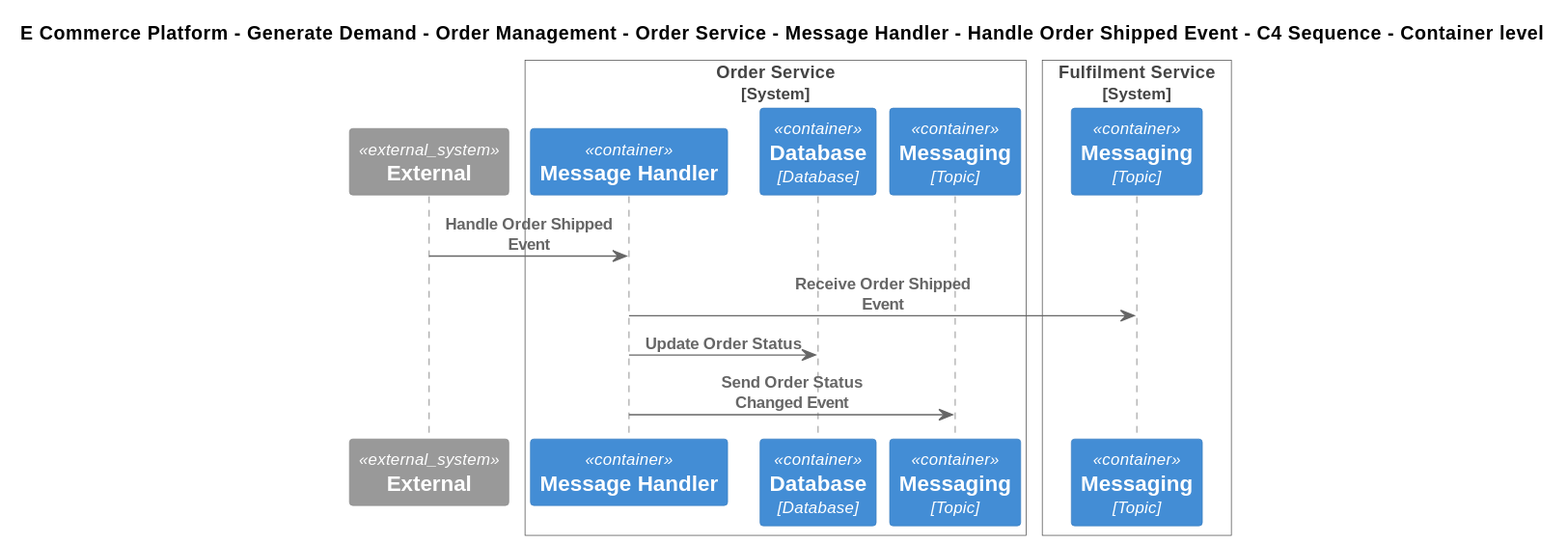
Earlier version of the PlantUML export Samples/E-Commerce Platform/Yaml/Diagrams/E Commerce Platform/Generate Demand/Order Management/Software Systems/Order Service/Containers/Message Handler/Interfaces/Handle Order Shipped Event/Container - C4 Sequence.svg (mnadenysenko/C4InterFlow).
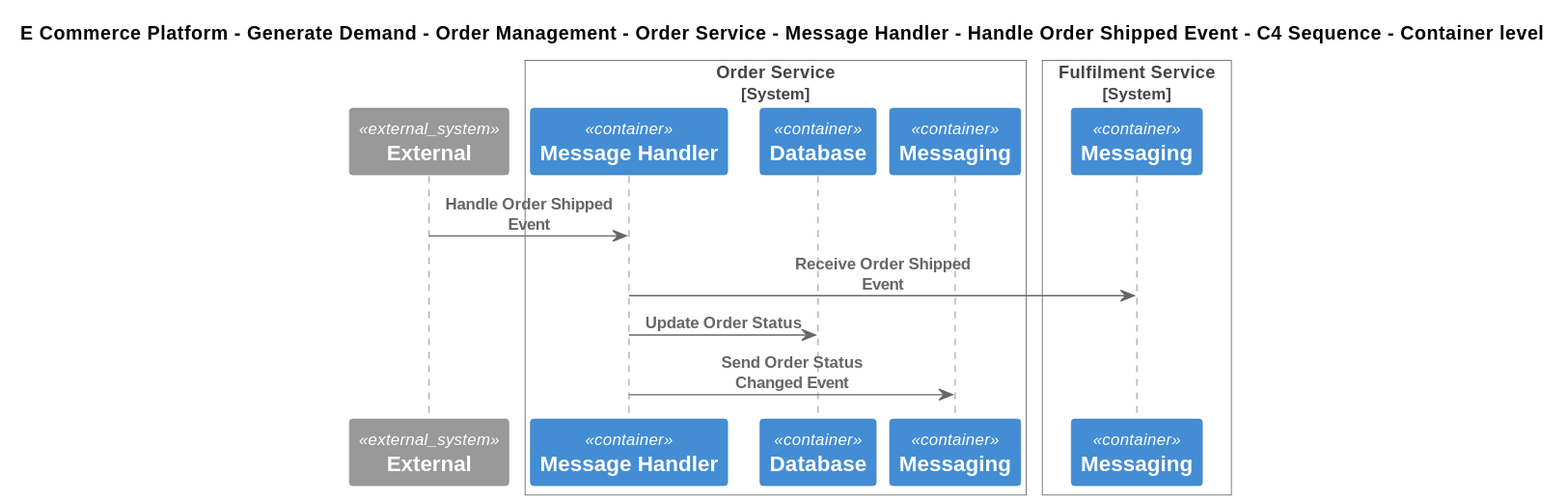
After the commit.

Diff of the diagram source:
```diff
@@ -8,12 +8,12 @@
 
 System_Boundary(ECommercePlatform.GenerateDemand.OrderManagement.SoftwareSystems.OrderService, "Order Service")
     Container(ECommercePlatform.GenerateDemand.OrderManagement.SoftwareSystems.OrderService.Containers.MessageHandler, "Message Handler", "", "")
-    ContainerDb(ECommercePlatform.GenerateDemand.OrderManagement.SoftwareSystems.OrderService.Containers.Database, "Database", "Database", "")
-    ContainerQueue(ECommercePlatform.GenerateDemand.OrderManagement.SoftwareSystems.OrderService.Containers.Messaging, "Messaging", "Topic", "")
+    ContainerDb(ECommercePlatform.GenerateDemand.OrderManagement.SoftwareSystems.OrderService.Containers.Database, "Database", "", "")
+    ContainerQueue(ECommercePlatform.GenerateDemand.OrderManagement.SoftwareSystems.OrderService.Containers.Messaging, "Messaging", "", "")
 Boundary_End()
 
 System_Boundary(ECommercePlatform.Deliver.Fulfilment.SoftwareSystems.FulfilmentService, "Fulfilment Service")
-    ContainerQueue(ECommercePlatform.Deliver.Fulfilment.SoftwareSystems.FulfilmentService.Containers.Messaging, "Messaging", "Topic", "")
+    ContainerQueue(ECommercePlatform.Deliver.Fulfilment.SoftwareSystems.FulfilmentService.Containers.Messaging, "Messaging", "", "")
 Boundary_End()
 
 Rel(C4InterFlow.SoftwareSystems.ExternalSystem, ECommercePlatform.GenerateDemand.OrderManagement.SoftwareSystems.OrderService.Containers.MessageHandler, "Handle Order Shipped Event")
```
